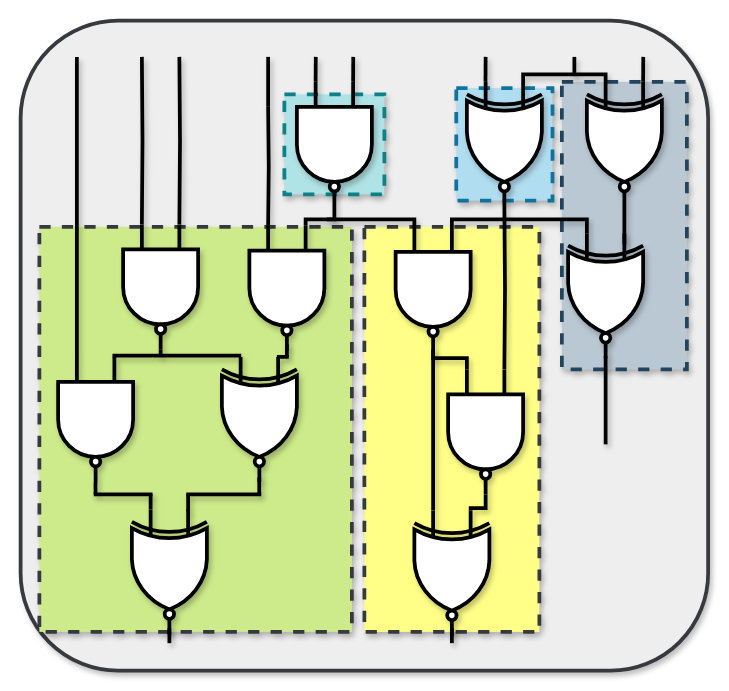
Above: mffcDec.drawio in kxzhu0505/LogicSynOpt (draw.io), before the change. Source tidied: cells renumbered, new cells numbered last; positions are measured from the earlier drawing's top-left corner, leaving out a move shared by most shapes. Both pictures are drawn from the tidied source at 125%, with x=0, y=0 at pixel (20, 20).
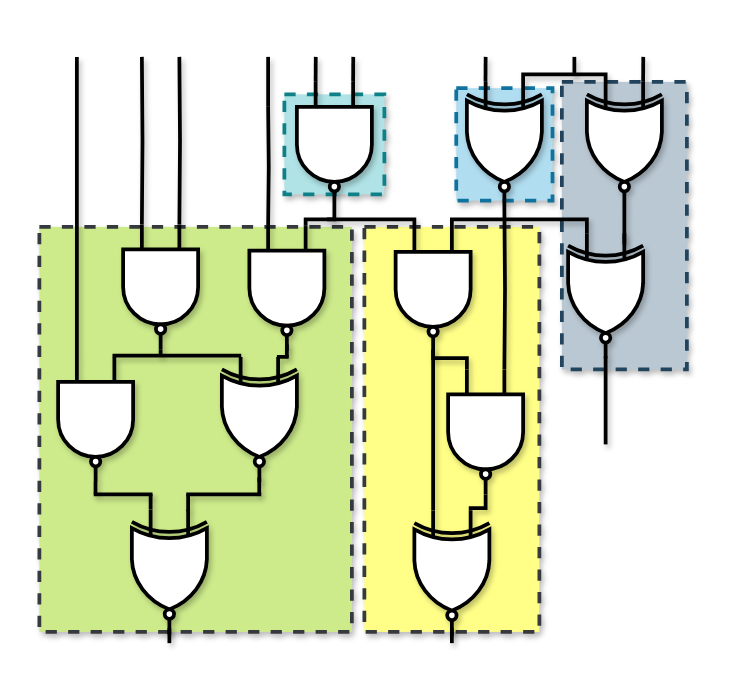
The same page after the edit.

Diff of the diagram source:
```diff
@@
-    <mxCell id="2" style="rounded=1;whiteSpace=wrap;html=1;shadow=1;strokeWidth=3;fillColor=#eeeeee;strokeColor=#36393d;" parent="1" vertex="1">
-      <mxGeometry width="550" height="520" as="geometry" />
-    </mxCell>
```
